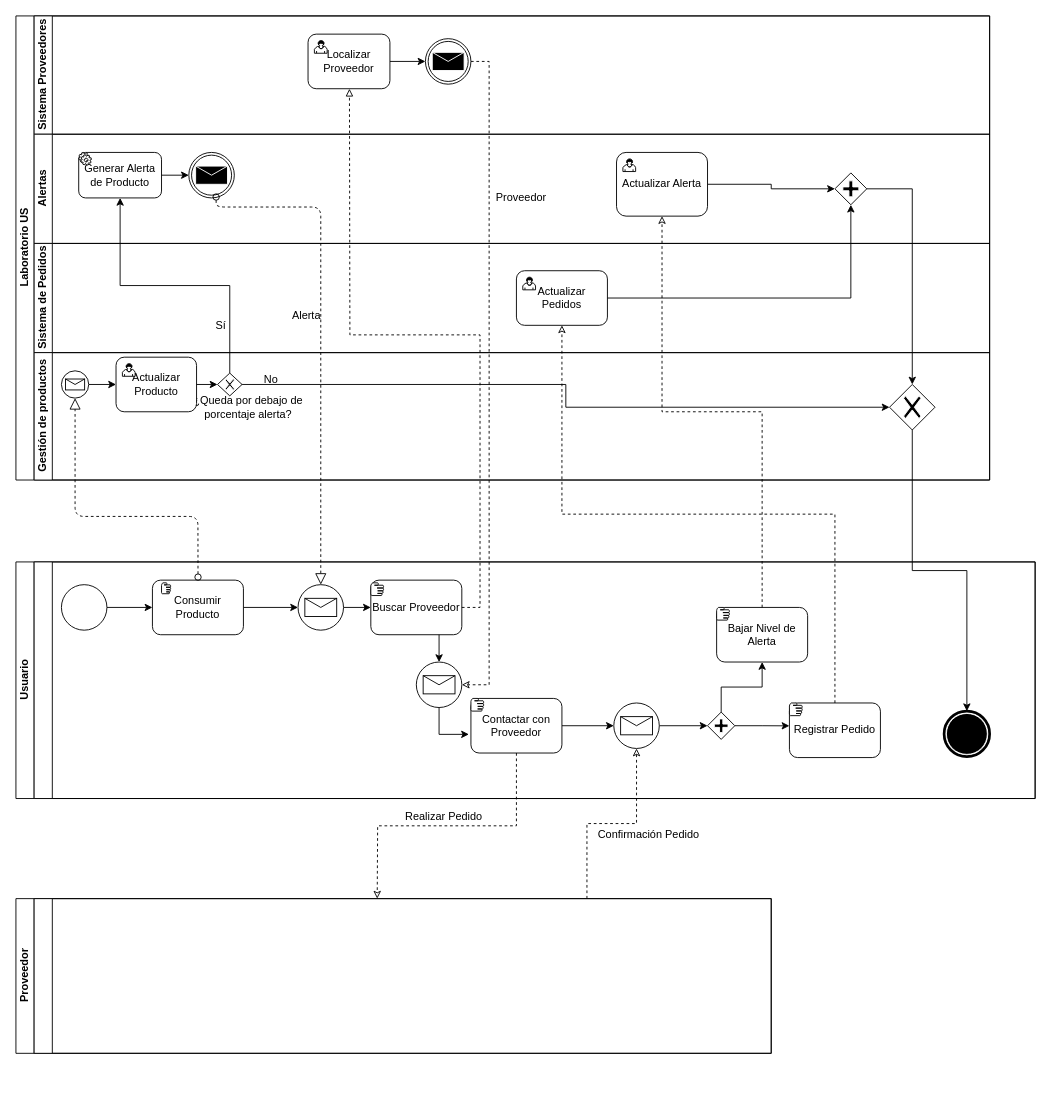
Earlier version of the draw.io diagram 4 Necesidades de negocio/4.2 Modelos de procesos de negocio a implantar/HacerPedidoBPMN-Implantar.drawio (Franbr31/IR-project). Source tidied: cells renumbered, new cells numbered last; positions are measured from the earlier drawing's top-left corner, leaving out a move shared by most shapes. Both pictures are drawn from the tidied source at 91%, with x=0, y=0 at pixel (15, 15).
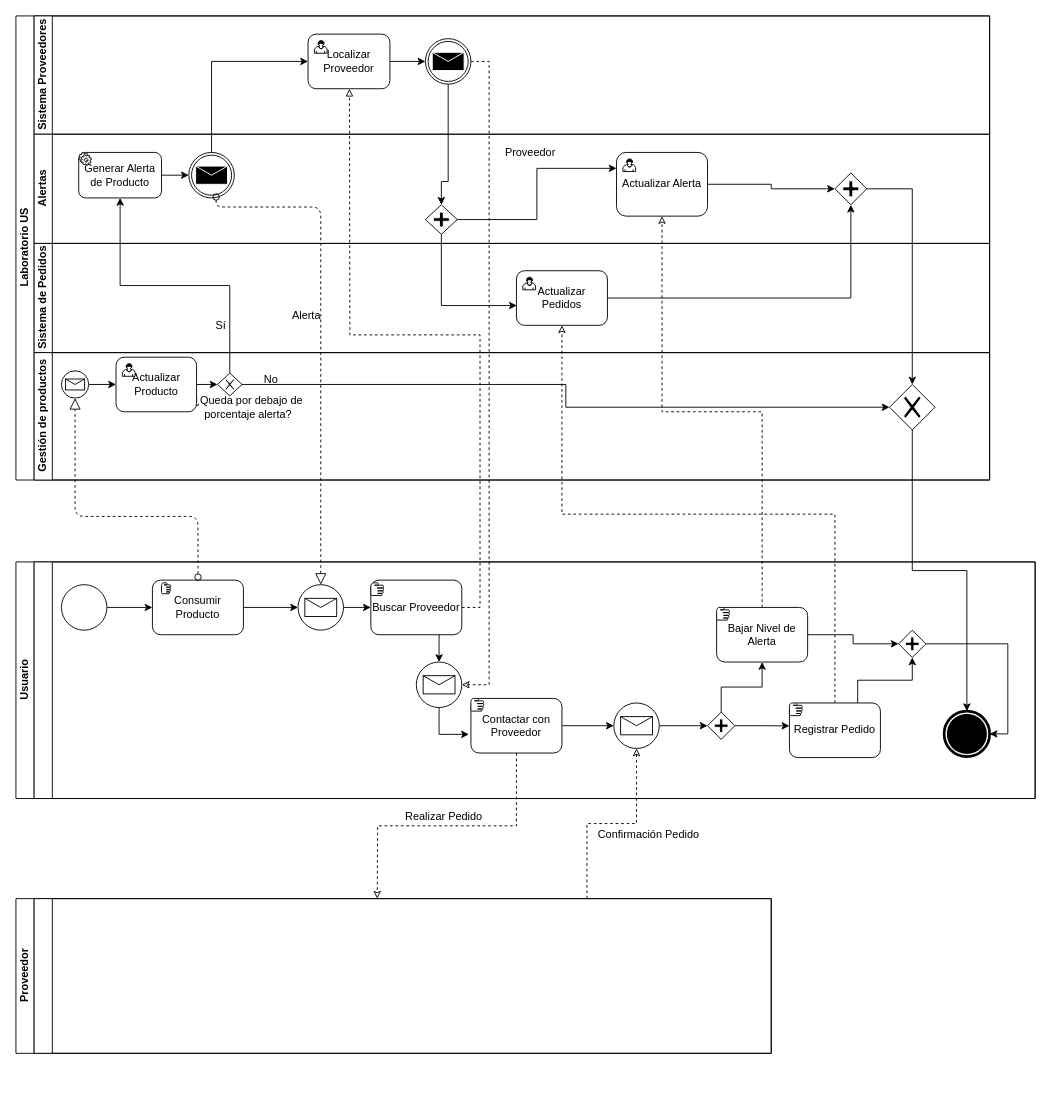
After the change.

Unchanged cells that the change refers to:
```xml
<mxCell id="2" value="Laboratorio US" style="swimlane;html=1;horizontal=0;startSize=20;" parent="1" vertex="1">
  <mxGeometry width="1070" height="510" as="geometry" />
</mxCell>
<mxCell id="5" value="Localizar Proveedor" style="html=1;whiteSpace=wrap;rounded=1;" parent="3" vertex="1">
  <mxGeometry x="301" y="20" width="90" height="60" as="geometry" />
</mxCell>
<mxCell id="7" style="shape=mxgraph.bpmn.shape;html=1;verticalLabelPosition=bottom;labelBackgroundColor=#ffffff;verticalAlign=top;align=center;perimeter=ellipsePerimeter;outlineConnect=0;outline=throwing;symbol=message;" parent="3" vertex="1">
  <mxGeometry x="430" y="25" width="50" height="50" as="geometry" />
</mxCell>
<mxCell id="8" value="Alertas" style="swimlane;html=1;startSize=20;horizontal=0;" parent="2" vertex="1">
  <mxGeometry x="20" y="130" width="1050" height="120" as="geometry" />
</mxCell>
<mxCell id="12" style="shape=mxgraph.bpmn.shape;html=1;verticalLabelPosition=bottom;labelBackgroundColor=#ffffff;verticalAlign=top;align=center;perimeter=ellipsePerimeter;outlineConnect=0;outline=throwing;symbol=message;" parent="8" vertex="1">
  <mxGeometry x="170" y="20" width="50" height="50" as="geometry" />
</mxCell>
<mxCell id="17" value="Actualizar Alerta" style="html=1;whiteSpace=wrap;rounded=1;" parent="8" vertex="1">
  <mxGeometry x="640" y="20" width="100" height="70" as="geometry" />
</mxCell>
<mxCell id="23" value="Actualizar Pedidos" style="html=1;whiteSpace=wrap;rounded=1;" parent="20" vertex="1">
  <mxGeometry x="530" y="30" width="100" height="60" as="geometry" />
</mxCell>
<mxCell id="41" style="swimlane;html=1;startSize=20;horizontal=0;" parent="39" vertex="1">
  <mxGeometry x="20" width="1100" height="260" as="geometry" />
</mxCell>
<mxCell id="60" value="Registrar Pedido" style="shape=ext;rounded=1;html=1;whiteSpace=wrap;" parent="41" vertex="1">
  <mxGeometry x="830" y="155" width="100" height="60" as="geometry" />
</mxCell>
<mxCell id="65" value="Bajar Nivel de Alerta" style="shape=ext;rounded=1;html=1;whiteSpace=wrap;" parent="41" vertex="1">
  <mxGeometry x="750" y="50" width="100" height="60" as="geometry" />
</mxCell>
<mxCell id="67" style="shape=mxgraph.bpmn.shape;html=1;verticalLabelPosition=bottom;labelBackgroundColor=#ffffff;verticalAlign=top;align=center;perimeter=ellipsePerimeter;outlineConnect=0;outline=end;symbol=terminate;" parent="41" vertex="1">
  <mxGeometry x="1000" y="164" width="50" height="50" as="geometry" />
</mxCell>
```

Diff of the diagram source:
```diff
@@
     <mxCell id="15" value="Proveedor" style="text;html=1;align=center;verticalAlign=middle;" parent="8" vertex="1">
-      <mxGeometry x="500" y="60" width="70" height="20" as="geometry" />
+      <mxGeometry x="510" y="10" width="70" height="20" as="geometry" />
     </mxCell>
@@
+    <mxCell id="81" style="edgeStyle=orthogonalEdgeStyle;rounded=0;jettySize=auto;html=1;exitX=1;exitY=0.5;exitDx=0;exitDy=0;entryX=0;entryY=0.25;entryDx=0;entryDy=0;startArrow=none;startFill=0;endArrow=classic;endFill=1;" parent="8" edge="1" source="82" target="17">
+      <mxGeometry relative="1" as="geometry" />
+    </mxCell>
+    <mxCell id="82" style="shape=mxgraph.bpmn.shape;html=1;verticalLabelPosition=bottom;labelBackgroundColor=#ffffff;verticalAlign=top;align=center;perimeter=rhombusPerimeter;background=gateway;outlineConnect=0;outline=none;symbol=parallelGw;" parent="8" vertex="1">
+      <mxGeometry x="430" y="77.5" width="35" height="32.5" as="geometry" />
+    </mxCell>
@@
+    <mxCell id="83" style="edgeStyle=orthogonalEdgeStyle;rounded=0;jettySize=auto;html=1;exitX=0.5;exitY=0;exitDx=0;exitDy=0;entryX=0;entryY=0.5;entryDx=0;entryDy=0;endArrow=classic;endFill=1;startArrow=none;startFill=0;" parent="2" edge="1" source="12" target="5">
+      <mxGeometry relative="1" as="geometry" />
+    </mxCell>
+    <mxCell id="84" style="edgeStyle=orthogonalEdgeStyle;rounded=0;jettySize=auto;html=1;exitX=0.5;exitY=1;exitDx=0;exitDy=0;startArrow=none;startFill=0;endArrow=classic;endFill=1;entryX=0.5;entryY=0;entryDx=0;entryDy=0;" parent="2" edge="1" source="7" target="82">
+      <mxGeometry relative="1" as="geometry">
+        <Array as="points">
+          <mxPoint x="475" y="182" />
+        </Array>
+      </mxGeometry>
+    </mxCell>
+    <mxCell id="85" style="edgeStyle=orthogonalEdgeStyle;rounded=0;jettySize=auto;html=1;exitX=0.5;exitY=1;exitDx=0;exitDy=0;entryX=0.004;entryY=0.638;entryDx=0;entryDy=0;entryPerimeter=0;startArrow=none;startFill=0;endArrow=classic;endFill=1;" parent="2" edge="1" source="82" target="23">
+      <mxGeometry relative="1" as="geometry" />
+    </mxCell>
@@
+    <mxCell id="86" style="edgeStyle=orthogonalEdgeStyle;rounded=0;jettySize=auto;html=1;exitX=0.75;exitY=0;exitDx=0;exitDy=0;entryX=0.5;entryY=1;entryDx=0;entryDy=0;startArrow=none;startFill=0;endArrow=classic;endFill=1;" parent="41" edge="1" source="60" target="89">
+      <mxGeometry relative="1" as="geometry" />
+    </mxCell>
@@
+    <mxCell id="87" style="edgeStyle=orthogonalEdgeStyle;rounded=0;jettySize=auto;html=1;exitX=1;exitY=0.5;exitDx=0;exitDy=0;entryX=0;entryY=0.5;entryDx=0;entryDy=0;startArrow=none;startFill=0;endArrow=classic;endFill=1;" parent="41" edge="1" source="65" target="89">
+      <mxGeometry relative="1" as="geometry" />
+    </mxCell>
@@
+    <mxCell id="88" style="edgeStyle=orthogonalEdgeStyle;rounded=0;jettySize=auto;html=1;exitX=1;exitY=0.5;exitDx=0;exitDy=0;entryX=1;entryY=0.5;entryDx=0;entryDy=0;startArrow=none;startFill=0;endArrow=classic;endFill=1;" parent="41" edge="1" source="89" target="67">
+      <mxGeometry relative="1" as="geometry" />
+    </mxCell>
+    <mxCell id="89" style="shape=mxgraph.bpmn.shape;html=1;verticalLabelPosition=bottom;labelBackgroundColor=#ffffff;verticalAlign=top;align=center;perimeter=rhombusPerimeter;background=gateway;outlineConnect=0;outline=none;symbol=parallelGw;" parent="41" vertex="1">
+      <mxGeometry x="950" y="75" width="30" height="30" as="geometry" />
+    </mxCell>
```
